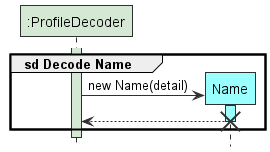
This is docs/images/DecodeName.png from tryyang2001/tp, a PlantUML export, as it was before one commit.
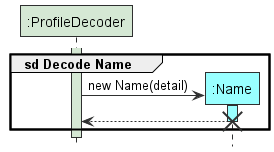
The same file after the commit.

What changed in the source:
```diff
@@ -5,7 +5,7 @@
 
 group sd Decode Name
 participant ":ProfileDecoder" As ProfileDecoder STORAGE_COLOUR
-participant Name DATA_COLOUR
+participant ":Name" As Name DATA_COLOUR
 
 activate ProfileDecoder STORAGE_COLOUR
 ProfileDecoder -> Name ** DATA_COLOUR: new Name(detail)
```
